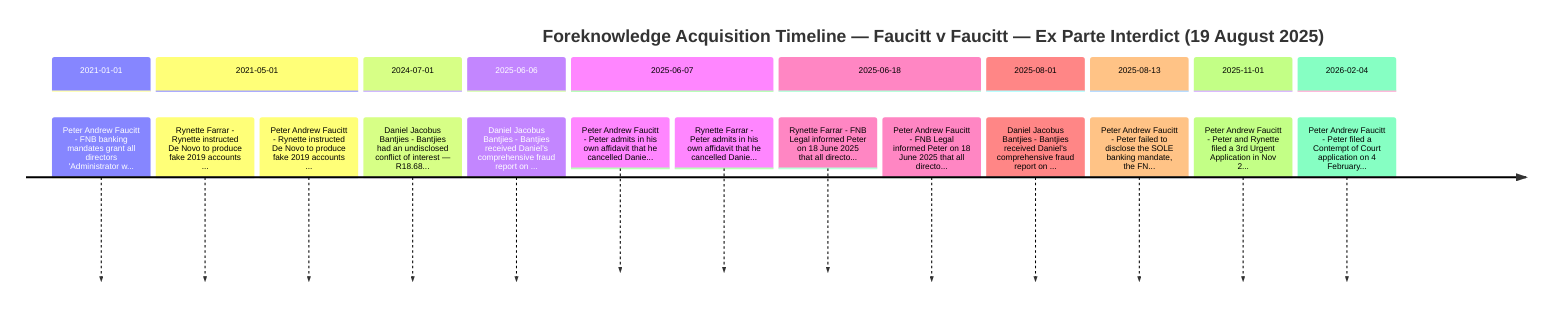
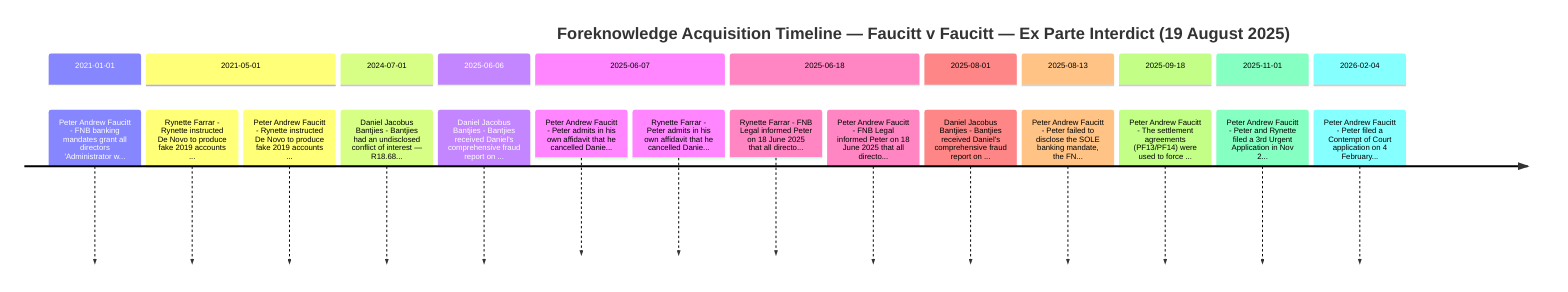
timeline
    title Foreknowledge Acquisition Timeline — Faucitt v Faucitt — Ex Parte Interdict (19 August 2025)
    section 2021-01-01
        Peter Andrew Faucitt - FNB banking mandates grant all directors 'Administrator w...
    section 2021-05-01
        Rynette Farrar - Rynette instructed De Novo to produce fake 2019 accounts ...
        Peter Andrew Faucitt - Rynette instructed De Novo to produce fake 2019 accounts ...
    section 2024-07-01
        Daniel Jacobus Bantjies - Bantjies had an undisclosed conflict of interest — R18.68...
    section 2025-06-06
        Daniel Jacobus Bantjies - Bantjies received Daniel's comprehensive fraud report on ...
    section 2025-06-07
        Peter Andrew Faucitt - Peter admits in his own affidavit that he cancelled Danie...
        Rynette Farrar - Peter admits in his own affidavit that he cancelled Danie...
    section 2025-06-18
        Rynette Farrar - FNB Legal informed Peter on 18 June 2025 that all directo...
        Peter Andrew Faucitt - FNB Legal informed Peter on 18 June 2025 that all directo...
    section 2025-08-01
        Daniel Jacobus Bantjies - Bantjies received Daniel's comprehensive fraud report on ...
    section 2025-08-13
        Peter Andrew Faucitt - Peter failed to disclose the SOLE banking mandate, the FN...
+     section 2025-09-18
+         Peter Andrew Faucitt - The settlement agreements (PF13/PF14) were used to force ...
    section 2025-11-01
        Peter Andrew Faucitt - Peter and Rynette filed a 3rd Urgent Application in Nov 2...
    section 2026-02-04
        Peter Andrew Faucitt - Peter filed a Contempt of Court application on 4 February...